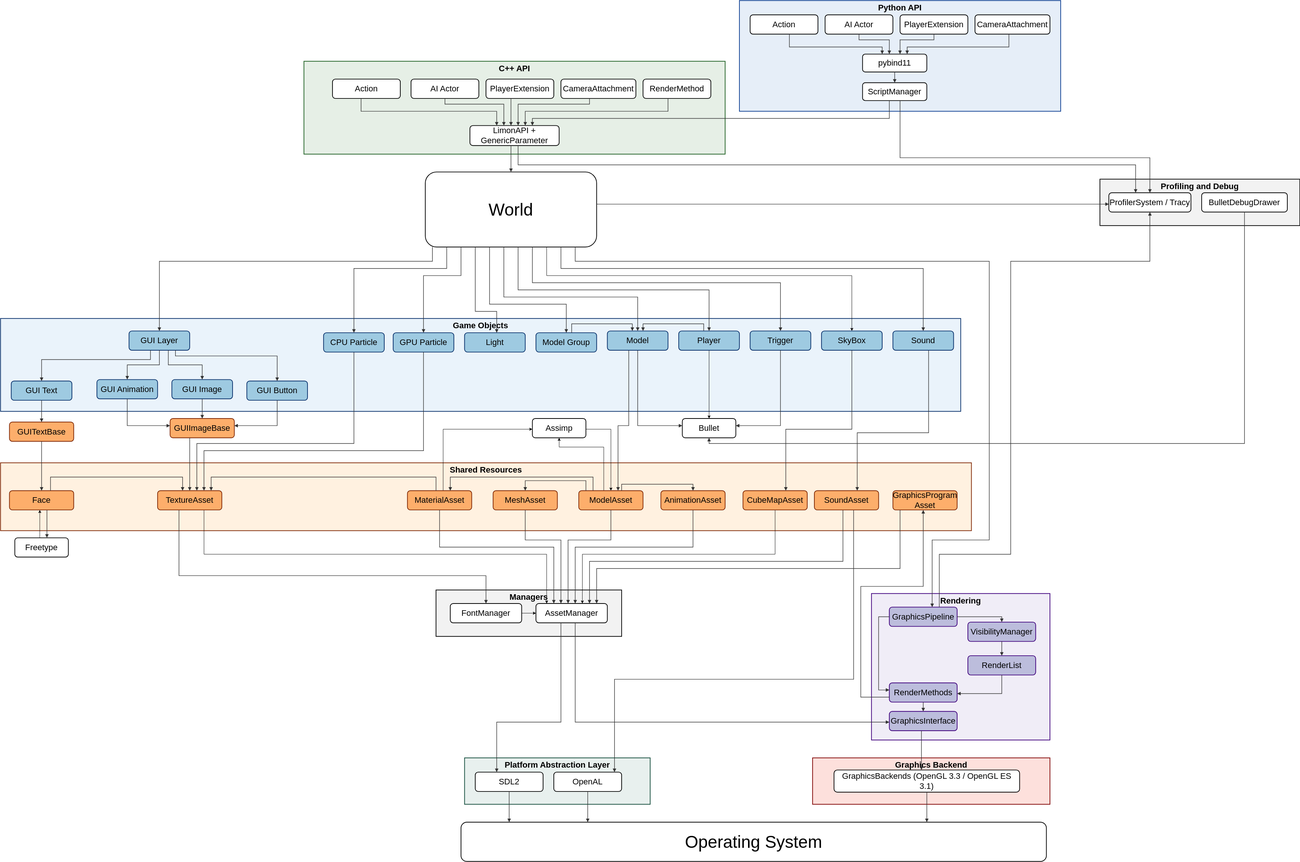
The draw.io diagram docs/_static/media/images/EngineArchitecture_0_7.svg in enginmanap/limonEngine-docs, before a commit. Source tidied: cells renumbered, new cells last; positions are measured from the earlier drawing's top-left corner, leaving out a move shared by most shapes.
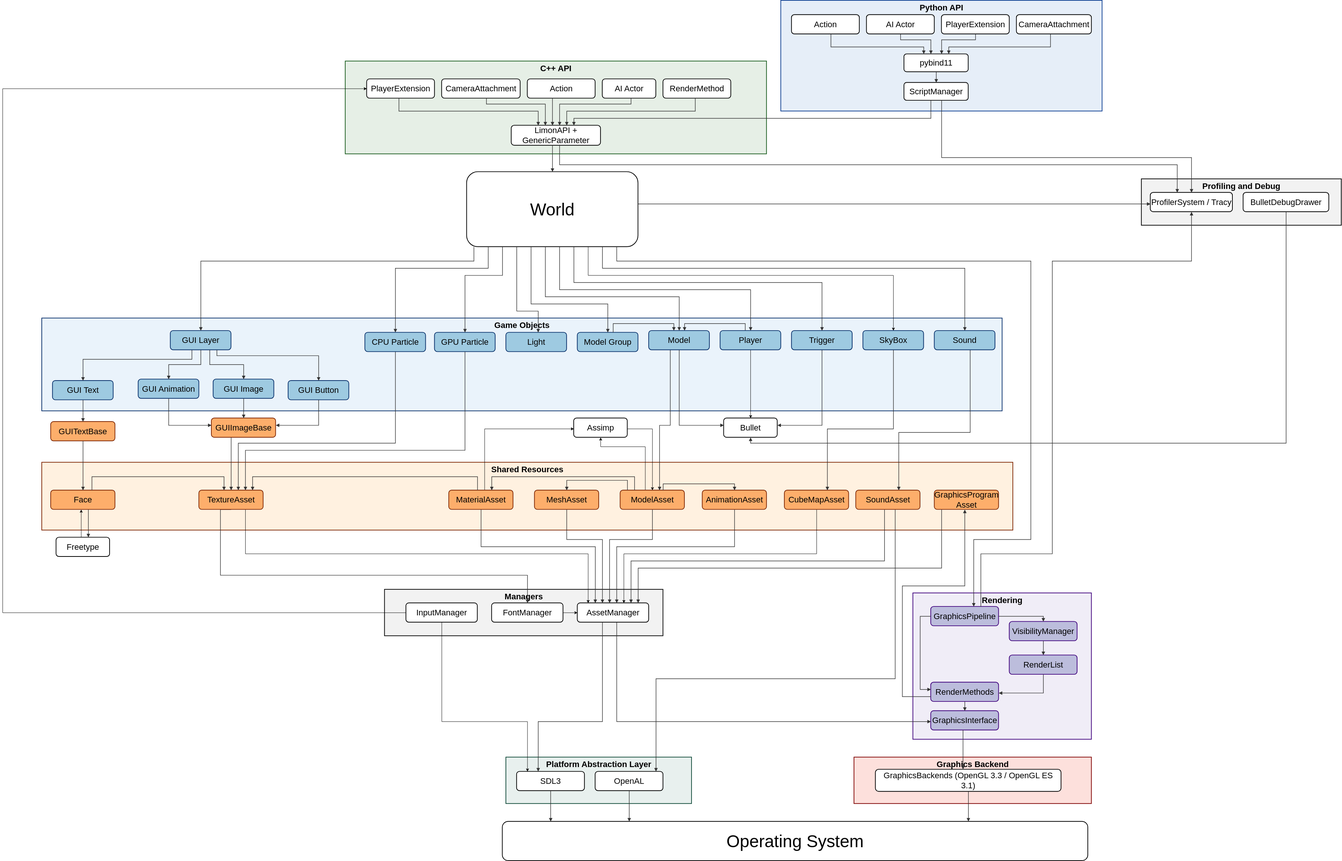
The same file after the commit.

The edit, as a diff of the source:
```diff
@@ -18,7 +18,7 @@
       <mxGeometry x="2440" y="1660" width="500" height="410" as="geometry" />
     </mxCell>
     <mxCell id="7" value="Managers" style="rounded=0;whiteSpace=wrap;html=1;fillColor=#f2f2f2;strokeColor=#000000;strokeWidth=2;verticalAlign=top;align=center;fontStyle=1;fontSize=23;fontColor=#000000;dashed=0;" parent="1" vertex="1">
-      <mxGeometry x="1220" y="1650" width="520" height="130" as="geometry" />
+      <mxGeometry x="960" y="1650" width="780" height="130" as="geometry" />
     </mxCell>
     <mxCell id="8" value="Profiling and Debug" style="rounded=0;whiteSpace=wrap;html=1;fillColor=#f2f2f2;strokeColor=#000000;strokeWidth=2;verticalAlign=top;align=center;fontStyle=1;fontSize=23;fontColor=#000000;dashed=0;" parent="1" vertex="1">
       <mxGeometry x="3080" y="500" width="560" height="130" as="geometry" />
@@ -47,20 +47,20 @@
     <mxCell id="16" value="ScriptManager" style="rounded=1;whiteSpace=wrap;html=1;fillColor=#ffffff;strokeColor=#000000;strokeWidth=2;fontColor=#000000;fontSize=23;" parent="1" vertex="1">
       <mxGeometry x="2415" y="230" width="180" height="50" as="geometry" />
     </mxCell>
-    <mxCell id="17" value="&lt;div&gt;Action&lt;/div&gt;" style="rounded=1;whiteSpace=wrap;html=1;fillColor=#ffffff;strokeColor=#000000;strokeWidth=2;fontColor=#000000;fontSize=23;" parent="1" vertex="1">
-      <mxGeometry x="930" y="220" width="190" height="54" as="geometry" />
+    <mxCell id="17" value="PlayerExtension" style="rounded=1;whiteSpace=wrap;html=1;fillColor=#ffffff;strokeColor=#000000;strokeWidth=2;fontColor=#000000;fontSize=23;" parent="1" vertex="1">
+      <mxGeometry x="910" y="220" width="190" height="54" as="geometry" />
     </mxCell>
-    <mxCell id="18" value="AI Actor" style="rounded=1;whiteSpace=wrap;html=1;fillColor=#ffffff;strokeColor=#000000;strokeWidth=2;fontColor=#000000;fontSize=23;" parent="1" vertex="1">
-      <mxGeometry x="1150" y="220" width="190" height="54" as="geometry" />
+    <mxCell id="18" value="CameraAttachment" style="rounded=1;whiteSpace=wrap;html=1;fillColor=#ffffff;strokeColor=#000000;strokeWidth=2;fontColor=#000000;fontSize=23;" parent="1" vertex="1">
+      <mxGeometry x="1120" y="220" width="220" height="54" as="geometry" />
     </mxCell>
-    <mxCell id="19" value="&lt;div&gt;PlayerExtension&lt;/div&gt;" style="rounded=1;whiteSpace=wrap;html=1;fillColor=#ffffff;strokeColor=#000000;strokeWidth=2;fontColor=#000000;fontSize=23;" parent="1" vertex="1">
+    <mxCell id="19" value="&lt;div&gt;Action&lt;/div&gt;" style="rounded=1;whiteSpace=wrap;html=1;fillColor=#ffffff;strokeColor=#000000;strokeWidth=2;fontColor=#000000;fontSize=23;" parent="1" vertex="1">
       <mxGeometry x="1360" y="220" width="190" height="54" as="geometry" />
     </mxCell>
-    <mxCell id="20" value="CameraAttachment" style="rounded=1;whiteSpace=wrap;html=1;fillColor=#ffffff;strokeColor=#000000;strokeWidth=2;fontColor=#000000;fontSize=23;" parent="1" vertex="1">
-      <mxGeometry x="1570" y="220" width="210" height="54" as="geometry" />
+    <mxCell id="20" value="AI Actor" style="rounded=1;whiteSpace=wrap;html=1;fillColor=#ffffff;strokeColor=#000000;strokeWidth=2;fontColor=#000000;fontSize=23;" parent="1" vertex="1">
+      <mxGeometry x="1570" y="220" width="150" height="54" as="geometry" />
     </mxCell>
     <mxCell id="21" value="RenderMethod" style="rounded=1;whiteSpace=wrap;html=1;fillColor=#ffffff;strokeColor=#000000;strokeWidth=2;fontColor=#000000;fontSize=23;" parent="1" vertex="1">
-      <mxGeometry x="1800" y="220" width="190" height="54" as="geometry" />
+      <mxGeometry x="1740" y="220" width="190" height="54" as="geometry" />
     </mxCell>
     <mxCell id="22" value="LimonAPI + GenericParameter" style="rounded=1;whiteSpace=wrap;html=1;fillColor=#ffffff;strokeColor=#000000;strokeWidth=2;fontColor=#000000;fontSize=23;" parent="1" vertex="1">
       <mxGeometry x="1315" y="350" width="250" height="56" as="geometry" />
@@ -189,9 +189,9 @@
     <mxCell id="57" value="GraphicsBackends  (OpenGL 3.3 / OpenGL ES 3.1)" style="rounded=1;whiteSpace=wrap;html=1;fillColor=#ffffff;strokeColor=#000000;strokeWidth=2;fontColor=#000000;fontSize=23;" parent="1" vertex="1">
       <mxGeometry x="2335" y="2154" width="520" height="62" as="geometry" />
     </mxCell>
-    <mxCell id="58" value="SDL2" style="rounded=1;whiteSpace=wrap;html=1;fillColor=#ffffff;strokeColor=#000000;strokeWidth=2;fontColor=#000000;fontSize=23;" parent="1" vertex="1">
-      <mxGeometry x="1330" y="2160" width="190" height="54" as="geometry" />
-    </mxCell>
+    <mxCell id="146" value="SDL3" style="rounded=1;whiteSpace=wrap;html=1;fillColor=#ffffff;strokeColor=#000000;strokeWidth=2;fontColor=#000000;fontSize=23;" parent="1" vertex="1">
+      <mxGeometry x="1330" y="2160" width="190" height="54" as="geometry" />
+    </mxCell>
     <mxCell id="59" value="OpenAL" style="rounded=1;whiteSpace=wrap;html=1;fillColor=#ffffff;strokeColor=#000000;strokeWidth=2;fontColor=#000000;fontSize=23;" parent="1" vertex="1">
       <mxGeometry x="1550" y="2160" width="190" height="54" as="geometry" />
     </mxCell>
@@ -225,7 +225,7 @@
     <mxCell id="66" style="edgeStyle=orthogonalEdgeStyle;rounded=0;html=1;strokeColor=#333333;strokeWidth=1.5;endArrow=block;endFill=1;jettySize=auto;fontSize=23;" parent="1" edge="1" source="17" target="22">
       <mxGeometry relative="1" as="geometry">
         <Array as="points">
-          <mxPoint x="1010" y="310" />
+          <mxPoint x="1000" y="310" />
           <mxPoint x="1390" y="310" />
         </Array>
       </mxGeometry>
@@ -257,7 +257,7 @@
     <mxCell id="70" style="edgeStyle=orthogonalEdgeStyle;rounded=0;html=1;strokeColor=#333333;strokeWidth=1.5;endArrow=block;endFill=1;jettySize=auto;fontSize=23;" parent="1" edge="1" source="21" target="22">
       <mxGeometry relative="1" as="geometry">
         <Array as="points">
-          <mxPoint x="1870" y="310" />
+          <mxPoint x="1830" y="310" />
           <mxPoint x="1470" y="310" />
         </Array>
       </mxGeometry>
@@ -632,7 +632,7 @@
         </Array>
       </mxGeometry>
     </mxCell>
-    <mxCell id="121" style="edgeStyle=orthogonalEdgeStyle;rounded=0;html=1;strokeColor=#333333;strokeWidth=1.5;endArrow=block;endFill=1;jettySize=auto;fontSize=23;" parent="1" edge="1" source="52" target="58">
+    <mxCell id="121" style="edgeStyle=orthogonalEdgeStyle;rounded=0;html=1;strokeColor=#333333;strokeWidth=1.5;endArrow=block;endFill=1;jettySize=auto;fontSize=23;" parent="1" edge="1" source="52" target="146">
       <mxGeometry relative="1" as="geometry">
         <Array as="points">
           <mxPoint x="1570" y="2020" />
@@ -720,7 +720,7 @@
         </Array>
       </mxGeometry>
     </mxCell>
-    <mxCell id="132" style="edgeStyle=orthogonalEdgeStyle;rounded=0;html=1;strokeColor=#333333;strokeWidth=1.5;endArrow=block;endFill=1;jettySize=auto;fontSize=23;" parent="1" edge="1" source="58" target="65">
+    <mxCell id="132" style="edgeStyle=orthogonalEdgeStyle;rounded=0;html=1;strokeColor=#333333;strokeWidth=1.5;endArrow=block;endFill=1;jettySize=auto;fontSize=23;" parent="1" edge="1" source="146" target="65">
       <mxGeometry relative="1" as="geometry">
         <Array as="points">
           <mxPoint x="1415" y="2321" />
@@ -797,5 +797,24 @@
     <mxCell id="145" value="Sound" style="rounded=1;whiteSpace=wrap;html=1;fillColor=#9ecae1;strokeColor=#08306b;strokeWidth=2;fontColor=#000000;fontSize=23;" parent="1" vertex="1">
       <mxGeometry x="2500" y="925" width="170" height="54" as="geometry" />
     </mxCell>
+    <mxCell id="147" style="edgeStyle=orthogonalEdgeStyle;rounded=0;jettySize=auto;html=1;" parent="1" edge="1" source="149" target="146">
+      <mxGeometry relative="1" as="geometry">
+        <Array as="points">
+          <mxPoint x="1120" y="2020" />
+          <mxPoint x="1360" y="2020" />
+        </Array>
+      </mxGeometry>
+    </mxCell>
+    <mxCell id="148" style="edgeStyle=orthogonalEdgeStyle;rounded=0;jettySize=auto;html=1;" parent="1" edge="1" source="149" target="17">
+      <mxGeometry relative="1" as="geometry">
+        <Array as="points">
+          <mxPoint x="-110" y="1715" />
+          <mxPoint x="-110" y="247" />
+        </Array>
+      </mxGeometry>
+    </mxCell>
+    <mxCell id="149" value="InputManager" style="rounded=1;whiteSpace=wrap;html=1;fillColor=#ffffff;strokeColor=#000000;strokeWidth=2;fontColor=#000000;fontSize=23;" parent="1" vertex="1">
+      <mxGeometry x="1020" y="1688" width="200" height="54" as="geometry" />
+    </mxCell>
   </root>
 </mxGraphModel>
```
